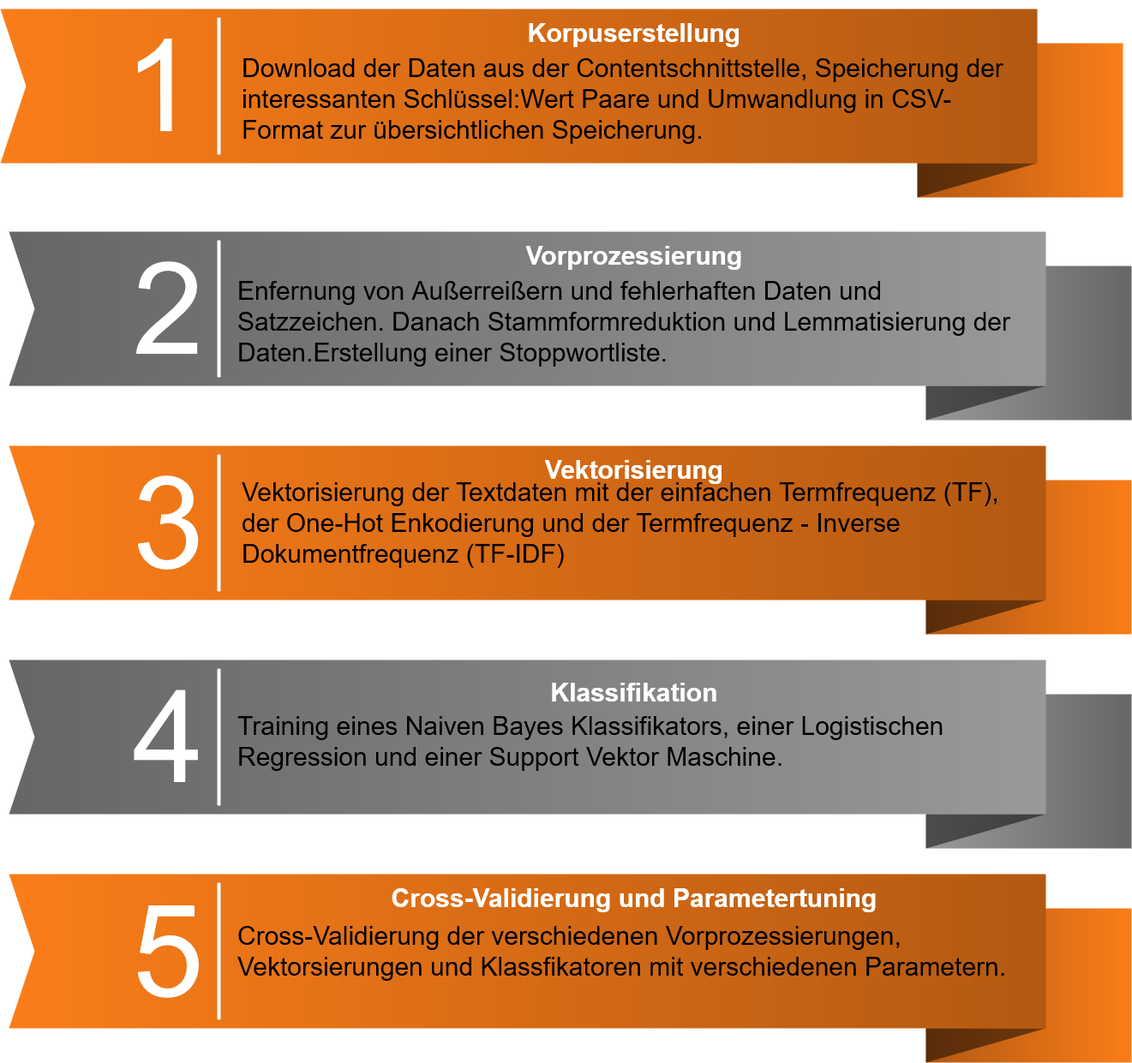
Above: test.png in PandasGoBamboo/Masterarbeit (draw.io), before the change. Source tidied: cells renumbered, new cells last; positions are measured from the earlier drawing's top-left corner, leaving out a move shared by most shapes. The source it was exported from:
```xml
<mxGraphModel background="#ffffff">
  <root>
    <mxCell id="0" style="html=1;" />
    <mxCell id="1" style="html=1;" parent="0" />
    <mxCell id="2" style="whiteSpace=wrap;html=1;rounded=0;shadow=0;dashed=0;strokeWidth=1;fontFamily=Tahoma;fontSize=10;fontColor=#FFFFFF;strokeColor=none;gradientDirection=west;fillColor=#FA7D19;gradientColor=#B35912;" parent="1" vertex="1">
      <mxGeometry x="1070" y="40" width="240" height="180" as="geometry" />
    </mxCell>
    <mxCell id="3" style="verticalLabelPosition=bottom;verticalAlign=top;html=1;strokeWidth=1;shape=mxgraph.basic.orthogonal_triangle;rounded=0;shadow=0;dashed=0;fontFamily=Tahoma;fontSize=10;fontColor=#FFFFFF;flipV=1;fillColor=#000000;strokeColor=none;opacity=50;" parent="1" vertex="1">
      <mxGeometry x="1070" y="180" width="140" height="40" as="geometry" />
    </mxCell>
    <mxCell id="4" style="whiteSpace=wrap;html=1;rounded=0;shadow=0;dashed=0;strokeWidth=1;fontFamily=Tahoma;fontSize=10;fontColor=#FFFFFF;strokeColor=none;gradientDirection=west;fillColor=#666666;gradientColor=#999999;" parent="1" vertex="1">
      <mxGeometry x="1080" y="300" width="240" height="180" as="geometry" />
    </mxCell>
    <mxCell id="5" style="verticalLabelPosition=bottom;verticalAlign=top;html=1;strokeWidth=1;shape=mxgraph.basic.orthogonal_triangle;rounded=0;shadow=0;dashed=0;fontFamily=Tahoma;fontSize=10;fontColor=#FFFFFF;flipV=1;fillColor=#000000;strokeColor=none;opacity=50;" parent="1" vertex="1">
      <mxGeometry x="1080" y="440" width="140" height="40" as="geometry" />
    </mxCell>
    <mxCell id="6" style="whiteSpace=wrap;html=1;rounded=0;shadow=0;dashed=0;strokeWidth=1;fontFamily=Tahoma;fontSize=10;fontColor=#FFFFFF;strokeColor=none;gradientDirection=west;fillColor=#FA7D19;gradientColor=#B35912;" parent="1" vertex="1">
      <mxGeometry x="1080" y="550" width="240" height="180" as="geometry" />
    </mxCell>
    <mxCell id="7" style="verticalLabelPosition=bottom;verticalAlign=top;html=1;strokeWidth=1;shape=mxgraph.basic.orthogonal_triangle;rounded=0;shadow=0;dashed=0;fontFamily=Tahoma;fontSize=10;fontColor=#FFFFFF;flipV=1;fillColor=#000000;strokeColor=none;opacity=50;" parent="1" vertex="1">
      <mxGeometry x="1080" y="690" width="140" height="40" as="geometry" />
    </mxCell>
    <mxCell id="8" style="whiteSpace=wrap;html=1;rounded=0;shadow=0;dashed=0;strokeWidth=1;fontFamily=Tahoma;fontSize=10;fontColor=#FFFFFF;strokeColor=none;gradientDirection=west;fillColor=#666666;gradientColor=#999999;" parent="1" vertex="1">
      <mxGeometry x="1080" y="800" width="240" height="180" as="geometry" />
    </mxCell>
    <mxCell id="9" style="verticalLabelPosition=bottom;verticalAlign=top;html=1;strokeWidth=1;shape=mxgraph.basic.orthogonal_triangle;rounded=0;shadow=0;dashed=0;fontFamily=Tahoma;fontSize=10;fontColor=#FFFFFF;flipV=1;fillColor=#000000;strokeColor=none;opacity=50;" parent="1" vertex="1">
      <mxGeometry x="1080" y="940" width="140" height="40" as="geometry" />
    </mxCell>
    <mxCell id="10" style="whiteSpace=wrap;html=1;rounded=0;shadow=0;dashed=0;strokeWidth=1;fontFamily=Tahoma;fontSize=10;fontColor=#FFFFFF;strokeColor=none;gradientDirection=west;fillColor=#FA7D19;gradientColor=#B35912;" parent="1" vertex="1">
      <mxGeometry x="1080" y="1050" width="240" height="180" as="geometry" />
    </mxCell>
    <mxCell id="11" style="verticalLabelPosition=bottom;verticalAlign=top;html=1;strokeWidth=1;shape=mxgraph.basic.orthogonal_triangle;rounded=0;shadow=0;dashed=0;fontFamily=Tahoma;fontSize=10;fontColor=#FFFFFF;flipV=1;fillColor=#000000;strokeColor=none;opacity=50;" parent="1" vertex="1">
      <mxGeometry x="1080" y="1190" width="140" height="40" as="geometry" />
    </mxCell>
    <mxCell id="12" style="html=1;shadow=0;dashed=0;align=center;verticalAlign=middle;shape=mxgraph.arrows2.arrow;dy=0;dx=0;notch=30;rounded=0;strokeColor=none;strokeWidth=1;fontFamily=Tahoma;fontSize=10;fontColor=#FFFFFF;gradientDirection=east;fillColor=#FA7D19;gradientColor=#B35912;" parent="1" vertex="1">
      <mxGeometry width="1210" height="180" as="geometry" />
    </mxCell>
    <mxCell id="13" style="html=1;shadow=0;dashed=0;align=center;verticalAlign=middle;shape=mxgraph.arrows2.arrow;dy=0;dx=0;notch=30;rounded=0;strokeColor=none;strokeWidth=1;fontFamily=Tahoma;fontSize=10;fontColor=#FFFFFF;gradientDirection=east;fillColor=#666666;gradientColor=#999999;" parent="1" vertex="1">
      <mxGeometry x="10" y="260" width="1210" height="180" as="geometry" />
    </mxCell>
    <mxCell id="14" style="html=1;shadow=0;dashed=0;align=center;verticalAlign=middle;shape=mxgraph.arrows2.arrow;dy=0;dx=0;notch=30;rounded=0;strokeColor=none;strokeWidth=1;fontFamily=Tahoma;fontSize=10;fontColor=#FFFFFF;gradientDirection=east;fillColor=#FA7D19;gradientColor=#B35912;" parent="1" vertex="1">
      <mxGeometry x="10" y="510" width="1210" height="180" as="geometry" />
    </mxCell>
    <mxCell id="15" style="html=1;shadow=0;dashed=0;align=center;verticalAlign=middle;shape=mxgraph.arrows2.arrow;dy=0;dx=0;notch=30;rounded=0;strokeColor=none;strokeWidth=1;fontFamily=Tahoma;fontSize=10;fontColor=#FFFFFF;gradientDirection=east;fillColor=#666666;gradientColor=#999999;" parent="1" vertex="1">
      <mxGeometry x="10" y="760" width="1210" height="180" as="geometry" />
    </mxCell>
    <mxCell id="16" style="html=1;shadow=0;dashed=0;align=center;verticalAlign=middle;shape=mxgraph.arrows2.arrow;dy=0;dx=0;notch=30;rounded=0;strokeColor=none;strokeWidth=1;fontFamily=Tahoma;fontSize=10;fontColor=#FFFFFF;gradientDirection=east;fillColor=#FA7D19;gradientColor=#B35912;" parent="1" vertex="1">
      <mxGeometry x="10" y="1010" width="1210" height="180" as="geometry" />
    </mxCell>
    <mxCell id="17" value="1" style="text;html=1;strokeColor=none;fillColor=none;align=right;verticalAlign=middle;whiteSpace=wrap;rounded=0;shadow=0;dashed=0;fontFamily=Helvetica;fontSize=150;fontColor=#FFFFFF;" parent="1" vertex="1">
      <mxGeometry x="30" width="200" height="180" as="geometry" />
    </mxCell>
    <mxCell id="18" value="2" style="text;html=1;strokeColor=none;fillColor=none;align=right;verticalAlign=middle;whiteSpace=wrap;rounded=0;shadow=0;dashed=0;fontFamily=Helvetica;fontSize=150;fontColor=#FFFFFF;" parent="1" vertex="1">
      <mxGeometry x="40" y="260" width="200" height="180" as="geometry" />
    </mxCell>
    <mxCell id="19" value="3" style="text;html=1;strokeColor=none;fillColor=none;align=right;verticalAlign=middle;whiteSpace=wrap;rounded=0;shadow=0;dashed=0;fontFamily=Helvetica;fontSize=150;fontColor=#FFFFFF;" parent="1" vertex="1">
      <mxGeometry x="40" y="510" width="200" height="180" as="geometry" />
    </mxCell>
    <mxCell id="20" value="4" style="text;html=1;strokeColor=none;fillColor=none;align=right;verticalAlign=middle;whiteSpace=wrap;rounded=0;shadow=0;dashed=0;fontFamily=Helvetica;fontSize=150;fontColor=#FFFFFF;" parent="1" vertex="1">
      <mxGeometry x="40" y="760" width="200" height="180" as="geometry" />
    </mxCell>
    <mxCell id="21" value="5" style="text;html=1;strokeColor=none;fillColor=none;align=right;verticalAlign=middle;whiteSpace=wrap;rounded=0;shadow=0;dashed=0;fontFamily=Helvetica;fontSize=150;fontColor=#FFFFFF;" parent="1" vertex="1">
      <mxGeometry x="40" y="1010" width="200" height="180" as="geometry" />
    </mxCell>
    <mxCell id="22" style="line;strokeWidth=4;direction=south;html=1;rounded=0;shadow=0;dashed=0;fillColor=none;gradientColor=#AD0002;fontFamily=Helvetica;fontSize=150;fontColor=#FFFFFF;align=right;strokeColor=#FFFFFF;" parent="1" vertex="1">
      <mxGeometry x="250" y="10" width="10" height="160" as="geometry" />
    </mxCell>
    <mxCell id="23" style="line;strokeWidth=4;direction=south;html=1;rounded=0;shadow=0;dashed=0;fillColor=none;gradientColor=#AD0002;fontFamily=Helvetica;fontSize=150;fontColor=#FFFFFF;align=right;strokeColor=#FFFFFF;" parent="1" vertex="1">
      <mxGeometry x="250" y="270" width="10" height="160" as="geometry" />
    </mxCell>
    <mxCell id="24" style="line;strokeWidth=4;direction=south;html=1;rounded=0;shadow=0;dashed=0;fillColor=none;gradientColor=#AD0002;fontFamily=Helvetica;fontSize=150;fontColor=#FFFFFF;align=right;strokeColor=#FFFFFF;" parent="1" vertex="1">
      <mxGeometry x="250" y="520" width="10" height="160" as="geometry" />
    </mxCell>
    <mxCell id="25" style="line;strokeWidth=4;direction=south;html=1;rounded=0;shadow=0;dashed=0;fillColor=none;gradientColor=#AD0002;fontFamily=Helvetica;fontSize=150;fontColor=#FFFFFF;align=right;strokeColor=#FFFFFF;" parent="1" vertex="1">
      <mxGeometry x="250" y="770" width="10" height="160" as="geometry" />
    </mxCell>
    <mxCell id="26" style="line;strokeWidth=4;direction=south;html=1;rounded=0;shadow=0;dashed=0;fillColor=none;gradientColor=#AD0002;fontFamily=Helvetica;fontSize=150;fontColor=#FFFFFF;align=right;strokeColor=#FFFFFF;" parent="1" vertex="1">
      <mxGeometry x="250" y="1020" width="10" height="160" as="geometry" />
    </mxCell>
    <mxCell id="27" value="&lt;h1 style=&quot;font-size: 30px;&quot;&gt;Korpuserstellung&lt;/h1&gt;&lt;p style=&quot;font-size: 30px;&quot;&gt;&lt;br style=&quot;font-size: 30px;&quot;&gt;&lt;/p&gt;" style="text;html=1;strokeColor=none;fillColor=none;spacing=5;spacingTop=-20;whiteSpace=wrap;overflow=hidden;rounded=0;shadow=0;dashed=0;fontFamily=Helvetica;fontSize=30;fontColor=#FFFFFF;align=center;" parent="1" vertex="1">
      <mxGeometry x="405" width="670" height="140" as="geometry" />
    </mxCell>
    <mxCell id="28" value="&lt;h1 style=&quot;font-size: 30px;&quot;&gt;Vorprozessierung&lt;br style=&quot;font-size: 30px;&quot;&gt;&lt;/h1&gt;&lt;p style=&quot;font-size: 30px;&quot;&gt;&lt;br style=&quot;font-size: 30px;&quot;&gt;&lt;/p&gt;" style="text;html=1;strokeColor=none;fillColor=none;spacing=5;spacingTop=-20;whiteSpace=wrap;overflow=hidden;rounded=0;shadow=0;dashed=0;fontFamily=Helvetica;fontSize=30;fontColor=#FFFFFF;align=center;" parent="1" vertex="1">
      <mxGeometry x="405" y="260" width="670" height="140" as="geometry" />
    </mxCell>
    <mxCell id="29" value="&lt;h1 style=&quot;font-size: 30px;&quot;&gt;Vektorisierung&lt;br style=&quot;font-size: 30px;&quot;&gt;&lt;/h1&gt;&lt;p style=&quot;font-size: 30px;&quot;&gt;&lt;br style=&quot;font-size: 30px;&quot;&gt;&lt;/p&gt;" style="text;html=1;strokeColor=none;fillColor=none;spacing=5;spacingTop=-20;whiteSpace=wrap;overflow=hidden;rounded=0;shadow=0;dashed=0;fontFamily=Helvetica;fontSize=30;fontColor=#FFFFFF;align=center;" parent="1" vertex="1">
      <mxGeometry x="405" y="510" width="670" height="140" as="geometry" />
    </mxCell>
    <mxCell id="30" value="&lt;h1 style=&quot;font-size: 30px;&quot;&gt;Klassifikation&lt;/h1&gt;&lt;p style=&quot;font-size: 30px;&quot;&gt;&lt;br style=&quot;font-size: 30px;&quot;&gt;&lt;/p&gt;" style="text;html=1;strokeColor=none;fillColor=none;spacing=5;spacingTop=-20;whiteSpace=wrap;overflow=hidden;rounded=0;shadow=0;dashed=0;fontFamily=Helvetica;fontSize=30;fontColor=#FFFFFF;align=center;" parent="1" vertex="1">
      <mxGeometry x="405" y="770" width="670" height="140" as="geometry" />
    </mxCell>
    <mxCell id="31" value="&lt;h1 style=&quot;font-size: 30px&quot;&gt;Cross-Validierung und Parametertuning&lt;br&gt;&lt;/h1&gt;&lt;p style=&quot;font-size: 30px&quot;&gt;&lt;br style=&quot;font-size: 30px&quot;&gt;&lt;/p&gt;" style="text;html=1;strokeColor=none;fillColor=none;spacing=5;spacingTop=-20;whiteSpace=wrap;overflow=hidden;rounded=0;shadow=0;dashed=0;fontFamily=Helvetica;fontSize=30;fontColor=#FFFFFF;align=center;" parent="1" vertex="1">
      <mxGeometry x="405" y="1010" width="670" height="140" as="geometry" />
    </mxCell>
    <mxCell id="32" value="Cross-Validierung der verschiedenen Vorprozessierungen, Vektorsierungen und Klassfikatoren mit verschiedenen Parametern.&amp;nbsp; " style="text;html=1;strokeColor=none;fillColor=none;align=left;verticalAlign=middle;whiteSpace=wrap;rounded=0;fontSize=30;" parent="1" vertex="1">
      <mxGeometry x="275" y="1055" width="930" height="90" as="geometry" />
    </mxCell>
    <mxCell id="33" value="Download der Daten aus der Contentschnittstelle, Speicherung der interessanten Schlüssel:Wert Paare und Umwandlung in CSV-Format zur übersichtlichen Speicherung." style="text;html=1;strokeColor=none;fillColor=none;align=left;verticalAlign=middle;whiteSpace=wrap;rounded=0;fontSize=30;" parent="1" vertex="1">
      <mxGeometry x="280" y="60" width="910" height="90" as="geometry" />
    </mxCell>
    <mxCell id="34" value="Vektorisierung der Textdaten mit der einfachen Termfrequenz (TF), der One-Hot Enkodierung und der Termfrequenz - Inverse Dokumentfrequenz (TF-IDF)" style="text;html=1;strokeColor=none;fillColor=none;align=left;verticalAlign=middle;whiteSpace=wrap;rounded=0;fontSize=30;" parent="1" vertex="1">
      <mxGeometry x="280" y="555" width="930" height="90" as="geometry" />
    </mxCell>
    <mxCell id="35" value="Enfernung von Außerreißern und fehlerhaften Daten und Satzzeichen. Danach Stammformreduktion und Lemmatisierung der Daten.Erstellung einer Stoppwortliste." style="text;html=1;strokeColor=none;fillColor=none;align=left;verticalAlign=middle;whiteSpace=wrap;rounded=0;fontSize=30;" parent="1" vertex="1">
      <mxGeometry x="275" y="320" width="930" height="90" as="geometry" />
    </mxCell>
    <mxCell id="36" value="Training eines Naiven Bayes Klassifikators, einer Logistischen Regression und einer Support Vektor Maschine. " style="text;html=1;strokeColor=none;fillColor=none;align=left;verticalAlign=middle;whiteSpace=wrap;rounded=0;fontSize=30;" parent="1" vertex="1">
      <mxGeometry x="275" y="810" width="940" height="90" as="geometry" />
    </mxCell>
  </root>
</mxGraphModel>
```
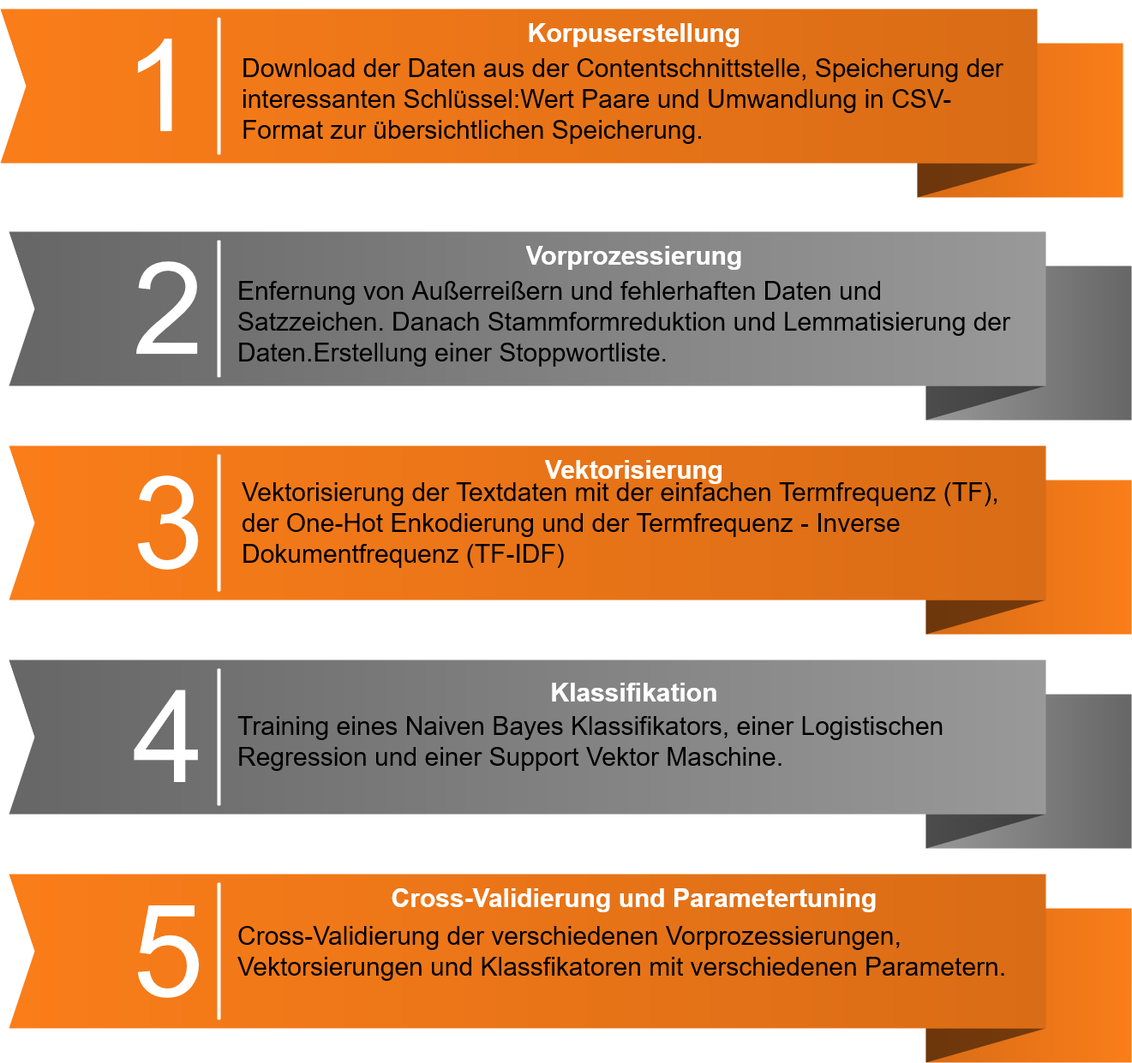
After the change.

Diff of the diagram source:
```diff
@@ -2,7 +2,7 @@
   <root>
     <mxCell id="0" style="html=1;" />
     <mxCell id="1" style="html=1;" parent="0" />
-    <mxCell id="2" style="whiteSpace=wrap;html=1;rounded=0;shadow=0;dashed=0;strokeWidth=1;fontFamily=Tahoma;fontSize=10;fontColor=#FFFFFF;strokeColor=none;gradientDirection=west;fillColor=#FA7D19;gradientColor=#B35912;" parent="1" vertex="1">
+    <mxCell id="2" style="whiteSpace=wrap;html=1;rounded=0;shadow=0;dashed=0;strokeWidth=1;fontFamily=Tahoma;fontSize=10;fontColor=#FFFFFF;strokeColor=none;gradientDirection=west;fillColor=#FA7D19;gradientColor=#D96C16;" parent="1" vertex="1">
       <mxGeometry x="1070" y="40" width="240" height="180" as="geometry" />
     </mxCell>
     <mxCell id="3" style="verticalLabelPosition=bottom;verticalAlign=top;html=1;strokeWidth=1;shape=mxgraph.basic.orthogonal_triangle;rounded=0;shadow=0;dashed=0;fontFamily=Tahoma;fontSize=10;fontColor=#FFFFFF;flipV=1;fillColor=#000000;strokeColor=none;opacity=50;" parent="1" vertex="1">
@@ -14,7 +14,7 @@
     <mxCell id="5" style="verticalLabelPosition=bottom;verticalAlign=top;html=1;strokeWidth=1;shape=mxgraph.basic.orthogonal_triangle;rounded=0;shadow=0;dashed=0;fontFamily=Tahoma;fontSize=10;fontColor=#FFFFFF;flipV=1;fillColor=#000000;strokeColor=none;opacity=50;" parent="1" vertex="1">
       <mxGeometry x="1080" y="440" width="140" height="40" as="geometry" />
     </mxCell>
-    <mxCell id="6" style="whiteSpace=wrap;html=1;rounded=0;shadow=0;dashed=0;strokeWidth=1;fontFamily=Tahoma;fontSize=10;fontColor=#FFFFFF;strokeColor=none;gradientDirection=west;fillColor=#FA7D19;gradientColor=#B35912;" parent="1" vertex="1">
+    <mxCell id="6" style="whiteSpace=wrap;html=1;rounded=0;shadow=0;dashed=0;strokeWidth=1;fontFamily=Tahoma;fontSize=10;fontColor=#FFFFFF;strokeColor=none;gradientDirection=west;fillColor=#FA7D19;gradientColor=#D96C16;" parent="1" vertex="1">
       <mxGeometry x="1080" y="550" width="240" height="180" as="geometry" />
     </mxCell>
     <mxCell id="7" style="verticalLabelPosition=bottom;verticalAlign=top;html=1;strokeWidth=1;shape=mxgraph.basic.orthogonal_triangle;rounded=0;shadow=0;dashed=0;fontFamily=Tahoma;fontSize=10;fontColor=#FFFFFF;flipV=1;fillColor=#000000;strokeColor=none;opacity=50;" parent="1" vertex="1">
@@ -26,25 +26,25 @@
     <mxCell id="9" style="verticalLabelPosition=bottom;verticalAlign=top;html=1;strokeWidth=1;shape=mxgraph.basic.orthogonal_triangle;rounded=0;shadow=0;dashed=0;fontFamily=Tahoma;fontSize=10;fontColor=#FFFFFF;flipV=1;fillColor=#000000;strokeColor=none;opacity=50;" parent="1" vertex="1">
       <mxGeometry x="1080" y="940" width="140" height="40" as="geometry" />
     </mxCell>
-    <mxCell id="10" style="whiteSpace=wrap;html=1;rounded=0;shadow=0;dashed=0;strokeWidth=1;fontFamily=Tahoma;fontSize=10;fontColor=#FFFFFF;strokeColor=none;gradientDirection=west;fillColor=#FA7D19;gradientColor=#B35912;" parent="1" vertex="1">
+    <mxCell id="10" style="whiteSpace=wrap;html=1;rounded=0;shadow=0;dashed=0;strokeWidth=1;fontFamily=Tahoma;fontSize=10;fontColor=#FFFFFF;strokeColor=none;gradientDirection=west;fillColor=#FA7D19;gradientColor=#D96C16;" parent="1" vertex="1">
       <mxGeometry x="1080" y="1050" width="240" height="180" as="geometry" />
     </mxCell>
     <mxCell id="11" style="verticalLabelPosition=bottom;verticalAlign=top;html=1;strokeWidth=1;shape=mxgraph.basic.orthogonal_triangle;rounded=0;shadow=0;dashed=0;fontFamily=Tahoma;fontSize=10;fontColor=#FFFFFF;flipV=1;fillColor=#000000;strokeColor=none;opacity=50;" parent="1" vertex="1">
       <mxGeometry x="1080" y="1190" width="140" height="40" as="geometry" />
     </mxCell>
-    <mxCell id="12" style="html=1;shadow=0;dashed=0;align=center;verticalAlign=middle;shape=mxgraph.arrows2.arrow;dy=0;dx=0;notch=30;rounded=0;strokeColor=none;strokeWidth=1;fontFamily=Tahoma;fontSize=10;fontColor=#FFFFFF;gradientDirection=east;fillColor=#FA7D19;gradientColor=#B35912;" parent="1" vertex="1">
+    <mxCell id="12" style="html=1;shadow=0;dashed=0;align=center;verticalAlign=middle;shape=mxgraph.arrows2.arrow;dy=0;dx=0;notch=30;rounded=0;strokeColor=none;strokeWidth=1;fontFamily=Tahoma;fontSize=10;fontColor=#FFFFFF;gradientDirection=east;fillColor=#FA7D19;gradientColor=#D96C16;" parent="1" vertex="1">
       <mxGeometry width="1210" height="180" as="geometry" />
     </mxCell>
     <mxCell id="13" style="html=1;shadow=0;dashed=0;align=center;verticalAlign=middle;shape=mxgraph.arrows2.arrow;dy=0;dx=0;notch=30;rounded=0;strokeColor=none;strokeWidth=1;fontFamily=Tahoma;fontSize=10;fontColor=#FFFFFF;gradientDirection=east;fillColor=#666666;gradientColor=#999999;" parent="1" vertex="1">
       <mxGeometry x="10" y="260" width="1210" height="180" as="geometry" />
     </mxCell>
-    <mxCell id="14" style="html=1;shadow=0;dashed=0;align=center;verticalAlign=middle;shape=mxgraph.arrows2.arrow;dy=0;dx=0;notch=30;rounded=0;strokeColor=none;strokeWidth=1;fontFamily=Tahoma;fontSize=10;fontColor=#FFFFFF;gradientDirection=east;fillColor=#FA7D19;gradientColor=#B35912;" parent="1" vertex="1">
+    <mxCell id="14" style="html=1;shadow=0;dashed=0;align=center;verticalAlign=middle;shape=mxgraph.arrows2.arrow;dy=0;dx=0;notch=30;rounded=0;strokeColor=none;strokeWidth=1;fontFamily=Tahoma;fontSize=10;fontColor=#FFFFFF;gradientDirection=east;fillColor=#FA7D19;gradientColor=#D96C16;" parent="1" vertex="1">
       <mxGeometry x="10" y="510" width="1210" height="180" as="geometry" />
     </mxCell>
     <mxCell id="15" style="html=1;shadow=0;dashed=0;align=center;verticalAlign=middle;shape=mxgraph.arrows2.arrow;dy=0;dx=0;notch=30;rounded=0;strokeColor=none;strokeWidth=1;fontFamily=Tahoma;fontSize=10;fontColor=#FFFFFF;gradientDirection=east;fillColor=#666666;gradientColor=#999999;" parent="1" vertex="1">
       <mxGeometry x="10" y="760" width="1210" height="180" as="geometry" />
     </mxCell>
-    <mxCell id="16" style="html=1;shadow=0;dashed=0;align=center;verticalAlign=middle;shape=mxgraph.arrows2.arrow;dy=0;dx=0;notch=30;rounded=0;strokeColor=none;strokeWidth=1;fontFamily=Tahoma;fontSize=10;fontColor=#FFFFFF;gradientDirection=east;fillColor=#FA7D19;gradientColor=#B35912;" parent="1" vertex="1">
+    <mxCell id="16" style="html=1;shadow=0;dashed=0;align=center;verticalAlign=middle;shape=mxgraph.arrows2.arrow;dy=0;dx=0;notch=30;rounded=0;strokeColor=none;strokeWidth=1;fontFamily=Tahoma;fontSize=10;fontColor=#FFFFFF;gradientDirection=east;fillColor=#FA7D19;gradientColor=#D96C16;" parent="1" vertex="1">
       <mxGeometry x="10" y="1010" width="1210" height="180" as="geometry" />
     </mxCell>
     <mxCell id="17" value="1" style="text;html=1;strokeColor=none;fillColor=none;align=right;verticalAlign=middle;whiteSpace=wrap;rounded=0;shadow=0;dashed=0;fontFamily=Helvetica;fontSize=150;fontColor=#FFFFFF;" parent="1" vertex="1">
```
